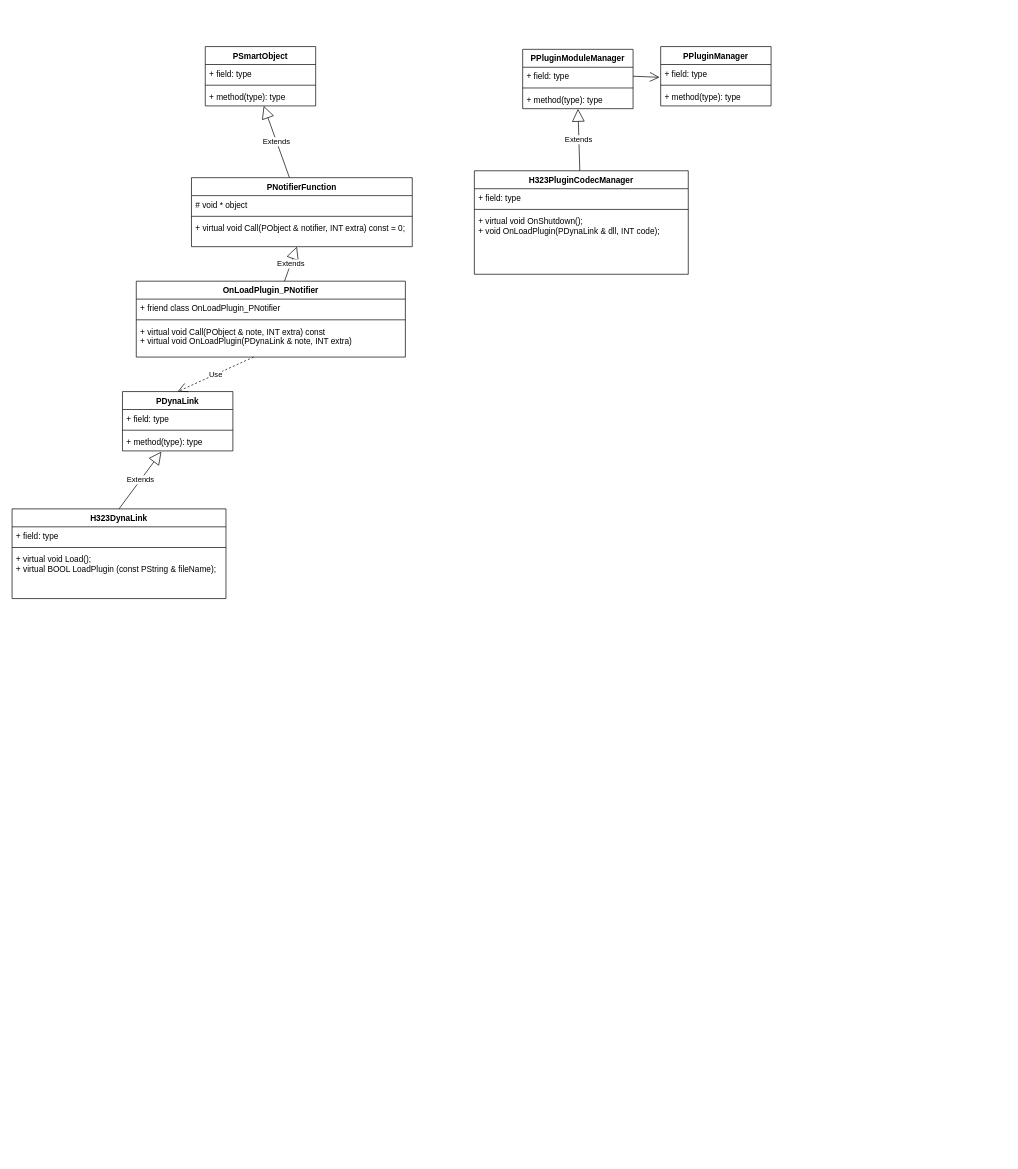
Earlier version of the draw.io diagram openmcu2.drawio (lcrboy/doc). Source tidied: cells renumbered, new cells numbered last; positions are measured from the earlier drawing's top-left corner, leaving out a move shared by most shapes. Both pictures are drawn from the tidied source at 69%, with x=0, y=0 at pixel (12, 46).
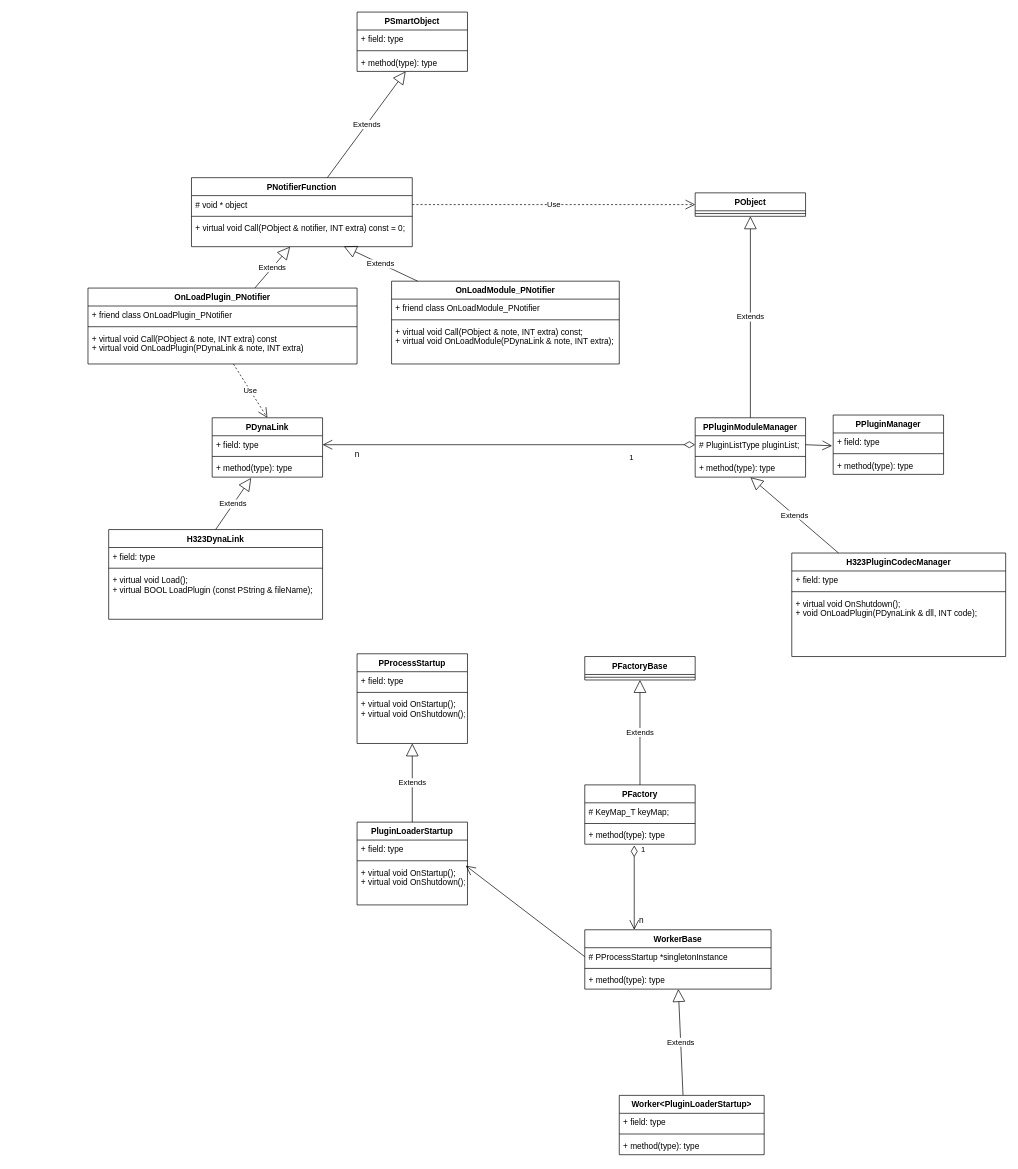
The same diagram, later.

The change refers to these unchanged cells:
```xml
<mxCell id="3" value="# void * object" style="text;strokeColor=none;fillColor=none;align=left;verticalAlign=top;spacingLeft=4;spacingRight=4;overflow=hidden;points=[[0,0.5],[1,0.5]];portConstraint=eastwest;" parent="2" vertex="1">
  <mxGeometry y="26" width="320" height="26" as="geometry" />
</mxCell>
<mxCell id="5" value="+ virtual void Call(PObject &amp; notifier, INT extra) const = 0;&#10;" style="text;strokeColor=none;fillColor=none;align=left;verticalAlign=top;spacingLeft=4;spacingRight=4;overflow=hidden;points=[[0,0.5],[1,0.5]];portConstraint=eastwest;" parent="2" vertex="1">
  <mxGeometry y="60" width="320" height="40" as="geometry" />
</mxCell>
<mxCell id="14" value="+ virtual void Call(PObject &amp; note, INT extra) const&#10;+ virtual void OnLoadPlugin(PDynaLink &amp; note, INT extra)" style="text;strokeColor=none;fillColor=none;align=left;verticalAlign=top;spacingLeft=4;spacingRight=4;overflow=hidden;points=[[0,0.5],[1,0.5]];portConstraint=eastwest;" parent="11" vertex="1">
  <mxGeometry y="60" width="390" height="50" as="geometry" />
</mxCell>
<mxCell id="35" value="+ field: type" style="text;strokeColor=none;fillColor=none;align=left;verticalAlign=top;spacingLeft=4;spacingRight=4;overflow=hidden;points=[[0,0.5],[1,0.5]];portConstraint=eastwest;" parent="34" vertex="1">
  <mxGeometry y="26" width="160" height="26" as="geometry" />
</mxCell>
```

The edit, as a diff of the source:
```diff
@@
     <mxCell id="6" value="PSmartObject" style="swimlane;fontStyle=1;align=center;verticalAlign=top;horizontal=1;startSize=26;" parent="1" vertex="1">
-      <mxGeometry x="280" width="160" height="86" as="geometry" />
+      <mxGeometry x="500" y="-50" width="160" height="86" as="geometry" />
     </mxCell>
@@
     <mxCell id="11" value="OnLoadPlugin_PNotifier" style="swimlane;fontStyle=1;align=center;verticalAlign=top;horizontal=1;startSize=26;" parent="1" vertex="1">
-      <mxGeometry x="180" y="340" width="390" height="110" as="geometry" />
+      <mxGeometry x="110" y="350" width="390" height="110" as="geometry" />
     </mxCell>
@@
     <mxCell id="16" value="PPluginModuleManager" style="swimlane;fontStyle=1;align=center;verticalAlign=top;horizontal=1;startSize=26;" parent="1" vertex="1">
-      <mxGeometry x="740" y="4" width="160" height="86" as="geometry" />
+      <mxGeometry x="990" y="538" width="160" height="86" as="geometry" />
     </mxCell>
-    <mxCell id="17" value="+ field: type" style="text;strokeColor=none;fillColor=none;align=left;verticalAlign=top;spacingLeft=4;spacingRight=4;overflow=hidden;points=[[0,0.5],[1,0.5]];portConstraint=eastwest;" parent="16" vertex="1">
+    <mxCell id="17" value="# PluginListType pluginList;" style="text;strokeColor=none;fillColor=none;align=left;verticalAlign=top;spacingLeft=4;spacingRight=4;overflow=hidden;points=[[0,0.5],[1,0.5]];portConstraint=eastwest;" parent="16" vertex="1">
       <mxGeometry y="26" width="160" height="26" as="geometry" />
     </mxCell>
@@
     <mxCell id="20" value="PPluginManager" style="swimlane;fontStyle=1;align=center;verticalAlign=top;horizontal=1;startSize=26;" parent="1" vertex="1">
-      <mxGeometry x="940" width="160" height="86" as="geometry" />
+      <mxGeometry x="1190" y="534" width="160" height="86" as="geometry" />
     </mxCell>
@@
     <mxCell id="25" value="H323PluginCodecManager" style="swimlane;fontStyle=1;align=center;verticalAlign=top;horizontal=1;startSize=26;" parent="1" vertex="1">
-      <mxGeometry x="670" y="180" width="310" height="150" as="geometry" />
+      <mxGeometry x="1130" y="734" width="310" height="150" as="geometry" />
     </mxCell>
@@
     <mxCell id="30" value="H323DynaLink" style="swimlane;fontStyle=1;align=center;verticalAlign=top;horizontal=1;startSize=26;" parent="1" vertex="1">
-      <mxGeometry y="670" width="310" height="130" as="geometry" />
+      <mxGeometry x="140" y="700" width="310" height="130" as="geometry" />
     </mxCell>
@@
     <mxCell id="34" value="PDynaLink" style="swimlane;fontStyle=1;align=center;verticalAlign=top;horizontal=1;startSize=26;" parent="1" vertex="1">
-      <mxGeometry x="160" y="500" width="160" height="86" as="geometry" />
+      <mxGeometry x="290" y="538" width="160" height="86" as="geometry" />
     </mxCell>
@@
-    <mxCell id="39" value="Use" style="endArrow=open;endSize=12;dashed=1;html=1;entryX=0.5;entryY=0;entryDx=0;entryDy=0;" parent="1" edge="1" target="34">
-      <mxGeometry relative="1" as="geometry">
-        <mxPoint x="350" y="450" as="sourcePoint" />
-      </mxGeometry>
+    <mxCell id="39" value="Use" style="endArrow=open;endSize=12;dashed=1;html=1;entryX=0.5;entryY=0;entryDx=0;entryDy=0;" parent="1" edge="1" source="14" target="34">
+      <mxGeometry relative="1" as="geometry" />
     </mxCell>
+    <mxCell id="40" value="PProcessStartup" style="swimlane;fontStyle=1;align=center;verticalAlign=top;horizontal=1;startSize=26;" parent="1" vertex="1">
+      <mxGeometry x="500" y="880" width="160" height="130" as="geometry" />
+    </mxCell>
+    <mxCell id="41" value="+ field: type" style="text;strokeColor=none;fillColor=none;align=left;verticalAlign=top;spacingLeft=4;spacingRight=4;overflow=hidden;" parent="40" vertex="1">
+      <mxGeometry y="26" width="160" height="26" as="geometry" />
+    </mxCell>
+    <mxCell id="42" style="line;strokeWidth=1;fillColor=none;align=left;verticalAlign=middle;spacingTop=-1;spacingLeft=3;spacingRight=3;labelPosition=right;" parent="40" vertex="1">
+      <mxGeometry y="52" width="160" height="8" as="geometry" />
+    </mxCell>
+    <mxCell id="43" value="+ virtual void OnStartup();&#10;+ virtual void OnShutdown();" style="text;strokeColor=none;fillColor=none;align=left;verticalAlign=top;spacingLeft=4;spacingRight=4;overflow=hidden;points=[[0,0.5],[1,0.5]];portConstraint=eastwest;" parent="40" vertex="1">
+      <mxGeometry y="60" width="160" height="70" as="geometry" />
+    </mxCell>
+    <mxCell id="44" value="PluginLoaderStartup" style="swimlane;fontStyle=1;align=center;verticalAlign=top;horizontal=1;startSize=26;" parent="1" vertex="1">
+      <mxGeometry x="500" y="1124" width="160" height="120" as="geometry" />
+    </mxCell>
+    <mxCell id="45" value="+ field: type" style="text;strokeColor=none;fillColor=none;align=left;verticalAlign=top;spacingLeft=4;spacingRight=4;overflow=hidden;" parent="44" vertex="1">
+      <mxGeometry y="26" width="160" height="26" as="geometry" />
+    </mxCell>
+    <mxCell id="46" style="line;strokeWidth=1;fillColor=none;align=left;verticalAlign=middle;spacingTop=-1;spacingLeft=3;spacingRight=3;labelPosition=right;" parent="44" vertex="1">
+      <mxGeometry y="52" width="160" height="8" as="geometry" />
+    </mxCell>
+    <mxCell id="47" value="+ virtual void OnStartup();&#10;+ virtual void OnShutdown();" style="text;strokeColor=none;fillColor=none;align=left;verticalAlign=top;spacingLeft=4;spacingRight=4;overflow=hidden;points=[[0,0.5],[1,0.5]];portConstraint=eastwest;" parent="44" vertex="1">
+      <mxGeometry y="60" width="160" height="60" as="geometry" />
+    </mxCell>
+    <mxCell id="48" value="Extends" style="endArrow=block;endSize=16;endFill=0;html=1;" parent="1" edge="1" source="44" target="43">
+      <mxGeometry relative="1" as="geometry" />
+    </mxCell>
+    <mxCell id="49" value="1" style="endArrow=open;html=1;endSize=12;startArrow=diamondThin;startSize=14;startFill=0;edgeStyle=orthogonalEdgeStyle;align=left;verticalAlign=bottom;entryX=1;entryY=0.5;entryDx=0;entryDy=0;" parent="1" edge="1" source="17" target="35">
+      <mxGeometry x="-0.64" y="27" relative="1" as="geometry" />
+    </mxCell>
+    <mxCell id="50" value="n" style="text;html=1;align=center;verticalAlign=middle;labelBackgroundColor=#ffffff;" parent="49" vertex="1">
+      <mxGeometry x="0.82" y="1" relative="1" as="geometry">
+        <mxPoint y="12" as="offset" />
+      </mxGeometry>
+    </mxCell>
+    <mxCell id="51" value="OnLoadModule_PNotifier" style="swimlane;fontStyle=1;align=center;verticalAlign=top;horizontal=1;startSize=26;" parent="1" vertex="1">
+      <mxGeometry x="550" y="340" width="330" height="120" as="geometry" />
+    </mxCell>
+    <mxCell id="52" value="+ friend class OnLoadModule_PNotifier" style="text;strokeColor=none;fillColor=none;align=left;verticalAlign=top;spacingLeft=4;spacingRight=4;overflow=hidden;" parent="51" vertex="1">
+      <mxGeometry y="26" width="330" height="26" as="geometry" />
+    </mxCell>
+    <mxCell id="53" style="line;strokeWidth=1;fillColor=none;align=left;verticalAlign=middle;spacingTop=-1;spacingLeft=3;spacingRight=3;labelPosition=right;" parent="51" vertex="1">
+      <mxGeometry y="52" width="330" height="8" as="geometry" />
+    </mxCell>
+    <mxCell id="54" value="+ virtual void Call(PObject &amp; note, INT extra) const;&#10;+ virtual void OnLoadModule(PDynaLink &amp; note, INT extra);" style="text;strokeColor=none;fillColor=none;align=left;verticalAlign=top;spacingLeft=4;spacingRight=4;overflow=hidden;" parent="51" vertex="1">
+      <mxGeometry y="60" width="330" height="60" as="geometry" />
+    </mxCell>
+    <mxCell id="55" value="Extends" style="endArrow=block;endSize=16;endFill=0;html=1;entryX=0.69;entryY=0.988;entryDx=0;entryDy=0;entryPerimeter=0;" parent="1" edge="1" source="51" target="5">
+      <mxGeometry relative="1" as="geometry" />
+    </mxCell>
+    <mxCell id="56" value="PObject" style="swimlane;fontStyle=1;align=center;verticalAlign=top;horizontal=1;startSize=26;" parent="1" vertex="1">
+      <mxGeometry x="990" y="212" width="160" height="34" as="geometry" />
+    </mxCell>
+    <mxCell id="57" style="line;strokeWidth=1;fillColor=none;align=left;verticalAlign=middle;spacingTop=-1;spacingLeft=3;spacingRight=3;labelPosition=right;" parent="56" vertex="1">
+      <mxGeometry y="26" width="160" height="8" as="geometry" />
+    </mxCell>
+    <mxCell id="58" value="Extends" style="endArrow=block;endSize=16;endFill=0;html=1;entryX=0.5;entryY=1;entryDx=0;entryDy=0;" parent="1" edge="1" source="16" target="56">
+      <mxGeometry relative="1" as="geometry" />
+    </mxCell>
+    <mxCell id="59" value="Use" style="endArrow=open;endSize=12;dashed=1;html=1;entryX=0;entryY=0.5;entryDx=0;entryDy=0;exitX=1;exitY=0.5;exitDx=0;exitDy=0;" parent="1" edge="1" source="3" target="56">
+      <mxGeometry relative="1" as="geometry" />
+    </mxCell>
+    <mxCell id="60" value="PFactoryBase" style="swimlane;fontStyle=1;align=center;verticalAlign=top;horizontal=1;startSize=26;" parent="1" vertex="1">
+      <mxGeometry x="830" y="884" width="160" height="34" as="geometry" />
+    </mxCell>
+    <mxCell id="61" style="line;strokeWidth=1;fillColor=none;align=left;verticalAlign=middle;spacingTop=-1;spacingLeft=3;spacingRight=3;labelPosition=right;" parent="60" vertex="1">
+      <mxGeometry y="26" width="160" height="8" as="geometry" />
+    </mxCell>
+    <mxCell id="62" value="PFactory" style="swimlane;fontStyle=1;align=center;verticalAlign=top;horizontal=1;startSize=26;" parent="1" vertex="1">
+      <mxGeometry x="830" y="1070" width="160" height="86" as="geometry" />
+    </mxCell>
+    <mxCell id="63" value="# KeyMap_T keyMap;" style="text;strokeColor=none;fillColor=none;align=left;verticalAlign=top;spacingLeft=4;spacingRight=4;overflow=hidden;" parent="62" vertex="1">
+      <mxGeometry y="26" width="160" height="26" as="geometry" />
+    </mxCell>
+    <mxCell id="64" style="line;strokeWidth=1;fillColor=none;align=left;verticalAlign=middle;spacingTop=-1;spacingLeft=3;spacingRight=3;labelPosition=right;" parent="62" vertex="1">
+      <mxGeometry y="52" width="160" height="8" as="geometry" />
+    </mxCell>
+    <mxCell id="65" value="+ method(type): type" style="text;strokeColor=none;fillColor=none;align=left;verticalAlign=top;spacingLeft=4;spacingRight=4;overflow=hidden;points=[[0,0.5],[1,0.5]];portConstraint=eastwest;" parent="62" vertex="1">
+      <mxGeometry y="60" width="160" height="26" as="geometry" />
+    </mxCell>
+    <mxCell id="66" value="Extends" style="endArrow=block;endSize=16;endFill=0;html=1;entryX=0.5;entryY=1;entryDx=0;entryDy=0;" parent="1" edge="1" source="62" target="60">
+      <mxGeometry relative="1" as="geometry" />
+    </mxCell>
+    <mxCell id="67" value="WorkerBase" style="swimlane;fontStyle=1;align=center;verticalAlign=top;horizontal=1;startSize=26;" parent="1" vertex="1">
+      <mxGeometry x="830" y="1280" width="270" height="86" as="geometry" />
+    </mxCell>
+    <mxCell id="68" value="# PProcessStartup *singletonInstance" style="text;strokeColor=none;fillColor=none;align=left;verticalAlign=top;spacingLeft=4;spacingRight=4;overflow=hidden;points=[[0,0.5],[1,0.5]];portConstraint=eastwest;" parent="67" vertex="1">
+      <mxGeometry y="26" width="270" height="26" as="geometry" />
+    </mxCell>
+    <mxCell id="69" style="line;strokeWidth=1;fillColor=none;align=left;verticalAlign=middle;spacingTop=-1;spacingLeft=3;spacingRight=3;labelPosition=right;" parent="67" vertex="1">
+      <mxGeometry y="52" width="270" height="8" as="geometry" />
+    </mxCell>
+    <mxCell id="70" value="+ method(type): type" style="text;strokeColor=none;fillColor=none;align=left;verticalAlign=top;spacingLeft=4;spacingRight=4;overflow=hidden;points=[[0,0.5],[1,0.5]];portConstraint=eastwest;" parent="67" vertex="1">
+      <mxGeometry y="60" width="270" height="26" as="geometry" />
+    </mxCell>
+    <mxCell id="71" value="Worker&lt;PluginLoaderStartup&gt;" style="swimlane;fontStyle=1;align=center;verticalAlign=top;horizontal=1;startSize=26;" parent="1" vertex="1">
+      <mxGeometry x="880" y="1520" width="210" height="86" as="geometry" />
+    </mxCell>
+    <mxCell id="72" value="+ field: type" style="text;strokeColor=none;fillColor=none;align=left;verticalAlign=top;spacingLeft=4;spacingRight=4;overflow=hidden;" parent="71" vertex="1">
+      <mxGeometry y="26" width="210" height="26" as="geometry" />
+    </mxCell>
+    <mxCell id="73" style="line;strokeWidth=1;fillColor=none;align=left;verticalAlign=middle;spacingTop=-1;spacingLeft=3;spacingRight=3;labelPosition=right;" parent="71" vertex="1">
+      <mxGeometry y="52" width="210" height="8" as="geometry" />
+    </mxCell>
+    <mxCell id="74" value="+ method(type): type" style="text;strokeColor=none;fillColor=none;align=left;verticalAlign=top;spacingLeft=4;spacingRight=4;overflow=hidden;" parent="71" vertex="1">
+      <mxGeometry y="60" width="210" height="26" as="geometry" />
+    </mxCell>
+    <mxCell id="75" value="1" style="endArrow=open;html=1;endSize=12;startArrow=diamondThin;startSize=14;startFill=0;edgeStyle=orthogonalEdgeStyle;align=left;verticalAlign=bottom;exitX=0.448;exitY=1.071;exitDx=0;exitDy=0;exitPerimeter=0;" parent="1" edge="1" source="65" target="67">
+      <mxGeometry x="-0.76" y="8" relative="1" as="geometry">
+        <Array as="points">
+          <mxPoint x="902" y="1260" />
+          <mxPoint x="902" y="1260" />
+        </Array>
+      </mxGeometry>
+    </mxCell>
+    <mxCell id="76" value="n" style="text;html=1;align=center;verticalAlign=middle;labelBackgroundColor=#ffffff;" parent="75" vertex="1">
+      <mxGeometry x="0.79" y="2" relative="1" as="geometry">
+        <mxPoint x="8" as="offset" />
+      </mxGeometry>
+    </mxCell>
+    <mxCell id="77" style="endArrow=open;endFill=1;endSize=12;html=1;entryX=0.984;entryY=0.051;entryDx=0;entryDy=0;entryPerimeter=0;exitX=0;exitY=0.5;exitDx=0;exitDy=0;" parent="1" edge="1" source="68" target="47">
+      <mxGeometry relative="1" as="geometry" />
+    </mxCell>
+    <mxCell id="78" value="Extends" style="endArrow=block;endSize=16;endFill=0;html=1;exitX=0.44;exitY=-0.006;exitDx=0;exitDy=0;exitPerimeter=0;" parent="1" edge="1" source="71" target="70">
+      <mxGeometry relative="1" as="geometry" />
+    </mxCell>
```
